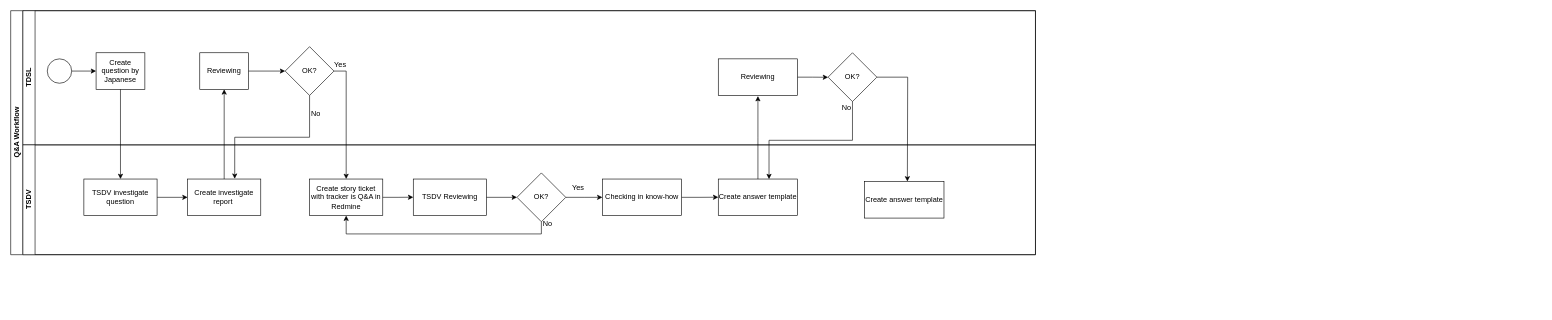
Above: Untitled Diagram.drawio in hueanmy/30-days-of-vue (draw.io), before the change. Source tidied: cells renumbered, new cells numbered last; positions are measured from the earlier drawing's top-left corner, leaving out a move shared by most shapes. Both pictures are drawn from the tidied source at 61%, with x=0, y=0 at pixel (10, 10).
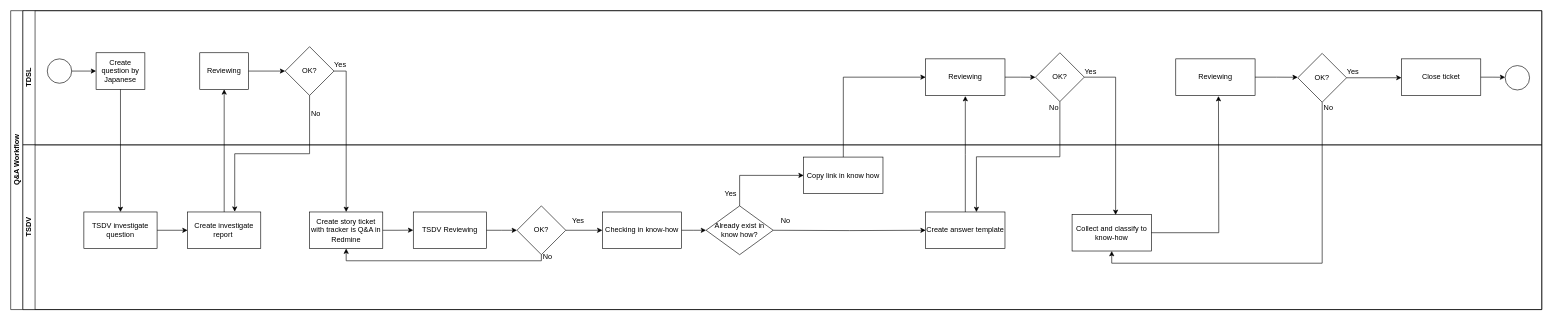
After the change.

What changed in the source:
```diff
@@
     <mxCell id="2" value="Q&amp;amp;A Workflow" style="swimlane;html=1;horizontal=0;startSize=20;" parent="1" vertex="1">
-      <mxGeometry width="1680" height="400" as="geometry" />
+      <mxGeometry width="2510" height="490" as="geometry" />
     </mxCell>
     <mxCell id="3" value="TDSL" style="swimlane;html=1;startSize=20;horizontal=0;" parent="2" vertex="1">
-      <mxGeometry x="20" width="1660" height="220" as="geometry" />
+      <mxGeometry x="20" width="2490" height="220" as="geometry" />
     </mxCell>
@@
     <mxCell id="11" value="Reviewing" style="rounded=0;whiteSpace=wrap;html=1;" parent="3" vertex="1">
-      <mxGeometry x="1140" y="79" width="130" height="60" as="geometry" />
+      <mxGeometry x="1480" y="79" width="130" height="60" as="geometry" />
     </mxCell>
     <mxCell id="12" value="OK?" style="rhombus;whiteSpace=wrap;html=1;" parent="3" vertex="1">
-      <mxGeometry x="1320" y="69" width="80" height="80" as="geometry" />
+      <mxGeometry x="1660" y="69" width="80" height="80" as="geometry" />
     </mxCell>
+    <mxCell id="40" value="Reviewing" style="rounded=0;whiteSpace=wrap;html=1;" parent="3" vertex="1">
+      <mxGeometry x="1890" y="79" width="130" height="60" as="geometry" />
+    </mxCell>
+    <mxCell id="41" value="OK?" style="rhombus;whiteSpace=wrap;html=1;" parent="3" vertex="1">
+      <mxGeometry x="2090" y="70" width="80" height="80" as="geometry" />
+    </mxCell>
+    <mxCell id="42" value="Close ticket" style="rounded=0;whiteSpace=wrap;html=1;" parent="3" vertex="1">
+      <mxGeometry x="2260" y="79" width="130" height="60" as="geometry" />
+    </mxCell>
+    <mxCell id="43" style="ellipse;whiteSpace=wrap;html=1;" parent="3" vertex="1">
+      <mxGeometry x="2430" y="90" width="40" height="40" as="geometry" />
+    </mxCell>
+    <mxCell id="30" style="edgeStyle=orthogonalEdgeStyle;rounded=0;jettySize=auto;html=1;exitX=0.5;exitY=1;exitDx=0;exitDy=0;entryX=0.64;entryY=0.002;entryDx=0;entryDy=0;entryPerimeter=0;" parent="2" edge="1" source="12" target="24">
+      <mxGeometry relative="1" as="geometry" />
+    </mxCell>
     <mxCell id="13" value="TSDV" style="swimlane;html=1;startSize=20;horizontal=0;" parent="2" vertex="1">
-      <mxGeometry x="20" y="220" width="1660" height="180" as="geometry" />
+      <mxGeometry x="20" y="220" width="2490" height="270" as="geometry" />
     </mxCell>
@@
     <mxCell id="15" value="TSDV investigate question" style="rounded=0;whiteSpace=wrap;html=1;" parent="13" vertex="1">
-      <mxGeometry x="100" y="56" width="120" height="60" as="geometry" />
+      <mxGeometry x="100" y="110" width="120" height="60" as="geometry" />
     </mxCell>
     <mxCell id="16" value="Create investigate report&amp;nbsp;" style="rounded=0;whiteSpace=wrap;html=1;" parent="13" vertex="1">
-      <mxGeometry x="270" y="56" width="120" height="60" as="geometry" />
+      <mxGeometry x="270" y="110" width="120" height="60" as="geometry" />
     </mxCell>
     <mxCell id="17" value="Create story ticket with tracker is Q&amp;amp;A in Redmine" style="rounded=0;whiteSpace=wrap;html=1;" parent="13" vertex="1">
-      <mxGeometry x="470" y="56" width="120" height="60" as="geometry" />
+      <mxGeometry x="470" y="110" width="120" height="60" as="geometry" />
     </mxCell>
     <mxCell id="18" value="TSDV Reviewing" style="rounded=0;whiteSpace=wrap;html=1;" parent="13" vertex="1">
-      <mxGeometry x="640" y="56" width="120" height="60" as="geometry" />
+      <mxGeometry x="640" y="110" width="120" height="60" as="geometry" />
     </mxCell>
-    <mxCell id="19" style="edgeStyle=orthogonalEdgeStyle;rounded=0;jettySize=auto;html=1;exitX=0.5;exitY=1;exitDx=0;exitDy=0;entryX=0.5;entryY=1;entryDx=0;entryDy=0;" parent="13" edge="1" source="20" target="17">
-      <mxGeometry relative="1" as="geometry" />
+    <mxCell id="19" style="edgeStyle=orthogonalEdgeStyle;rounded=0;jettySize=auto;html=1;exitX=0.5;exitY=1;exitDx=0;exitDy=0;entryX=0.5;entryY=1;entryDx=0;entryDy=0;" parent="13" edge="1" target="17">
+      <mxGeometry relative="1" as="geometry">
+        <mxPoint x="850" y="180" as="sourcePoint" />
+        <Array as="points">
+          <mxPoint x="850" y="190" />
+          <mxPoint x="530" y="190" />
+        </Array>
+      </mxGeometry>
     </mxCell>
     <mxCell id="20" value="OK?" style="rhombus;whiteSpace=wrap;html=1;" parent="13" vertex="1">
-      <mxGeometry x="810" y="46" width="80" height="80" as="geometry" />
+      <mxGeometry x="810" y="100" width="80" height="80" as="geometry" />
     </mxCell>
-    <mxCell id="21" style="edgeStyle=orthogonalEdgeStyle;rounded=0;jettySize=auto;html=1;exitX=1;exitY=0.5;exitDx=0;exitDy=0;" parent="13" edge="1" source="18" target="20">
-      <mxGeometry relative="1" as="geometry" />
+    <mxCell id="21" style="edgeStyle=orthogonalEdgeStyle;rounded=0;jettySize=auto;html=1;exitX=1;exitY=0.5;exitDx=0;exitDy=0;" parent="13" edge="1" source="18">
+      <mxGeometry relative="1" as="geometry">
+        <mxPoint x="810" y="140" as="targetPoint" />
+      </mxGeometry>
     </mxCell>
     <mxCell id="22" value="Yes" style="text;html=1;align=center;verticalAlign=middle;" parent="13" vertex="1">
-      <mxGeometry x="890" y="60" width="40" height="20" as="geometry" />
+      <mxGeometry x="890" y="114" width="40" height="20" as="geometry" />
     </mxCell>
     <mxCell id="23" value="Checking in know-how" style="rounded=0;whiteSpace=wrap;html=1;" parent="13" vertex="1">
-      <mxGeometry x="950" y="56" width="130" height="60" as="geometry" />
+      <mxGeometry x="950" y="110" width="130" height="60" as="geometry" />
     </mxCell>
     <mxCell id="24" value="Create answer template" style="rounded=0;whiteSpace=wrap;html=1;" parent="13" vertex="1">
-      <mxGeometry x="1140" y="56" width="130" height="60" as="geometry" />
+      <mxGeometry x="1480" y="110" width="130" height="60" as="geometry" />
     </mxCell>
-    <mxCell id="25" value="Create answer template" style="rounded=0;whiteSpace=wrap;html=1;" parent="13" vertex="1">
-      <mxGeometry x="1380" y="60" width="130" height="60" as="geometry" />
+    <mxCell id="25" value="Collect and classify to know-how" style="rounded=0;whiteSpace=wrap;html=1;" parent="13" vertex="1">
+      <mxGeometry x="1720" y="114" width="130" height="60" as="geometry" />
     </mxCell>
+    <mxCell id="44" style="edgeStyle=orthogonalEdgeStyle;rounded=0;jettySize=auto;html=1;exitX=0.5;exitY=0;exitDx=0;exitDy=0;entryX=0;entryY=0.5;entryDx=0;entryDy=0;" parent="13" edge="1" source="45" target="48">
+      <mxGeometry relative="1" as="geometry" />
+    </mxCell>
+    <mxCell id="45" value="Already exist in know how?" style="rhombus;whiteSpace=wrap;html=1;" parent="13" vertex="1">
+      <mxGeometry x="1120" y="100" width="110" height="80" as="geometry" />
+    </mxCell>
+    <mxCell id="46" value="No" style="text;html=1;align=center;verticalAlign=middle;" parent="13" vertex="1">
+      <mxGeometry x="1235" y="114" width="30" height="20" as="geometry" />
+    </mxCell>
+    <mxCell id="47" style="edgeStyle=orthogonalEdgeStyle;rounded=0;jettySize=auto;html=1;exitX=1;exitY=0.5;exitDx=0;exitDy=0;entryX=0;entryY=0.5;entryDx=0;entryDy=0;" parent="13" edge="1" target="24">
+      <mxGeometry relative="1" as="geometry">
+        <mxPoint x="1230" y="140" as="sourcePoint" />
+      </mxGeometry>
+    </mxCell>
+    <mxCell id="48" value="Copy link in know how" style="rounded=0;whiteSpace=wrap;html=1;" parent="13" vertex="1">
+      <mxGeometry x="1280" y="20" width="130" height="60" as="geometry" />
+    </mxCell>
+    <mxCell id="49" value="Yes" style="text;html=1;align=center;verticalAlign=middle;" parent="13" vertex="1">
+      <mxGeometry x="1140" y="70" width="40" height="20" as="geometry" />
+    </mxCell>
@@
-    <mxCell id="30" style="edgeStyle=orthogonalEdgeStyle;rounded=0;jettySize=auto;html=1;exitX=0.5;exitY=1;exitDx=0;exitDy=0;entryX=0.64;entryY=0.002;entryDx=0;entryDy=0;entryPerimeter=0;" parent="2" edge="1" source="12" target="24">
-      <mxGeometry relative="1" as="geometry" />
-    </mxCell>
+    <mxCell id="50" style="edgeStyle=orthogonalEdgeStyle;rounded=0;jettySize=auto;html=1;exitX=0.5;exitY=0;exitDx=0;exitDy=0;entryX=0;entryY=0.5;entryDx=0;entryDy=0;" parent="2" edge="1" source="48" target="11">
+      <mxGeometry relative="1" as="geometry" />
+    </mxCell>
+    <mxCell id="38" style="edgeStyle=orthogonalEdgeStyle;rounded=0;jettySize=auto;html=1;exitX=1;exitY=0.5;exitDx=0;exitDy=0;entryX=0.549;entryY=0.013;entryDx=0;entryDy=0;entryPerimeter=0;" parent="2" edge="1" source="12" target="25">
+      <mxGeometry relative="1" as="geometry" />
+    </mxCell>
+    <mxCell id="51" style="edgeStyle=orthogonalEdgeStyle;rounded=0;jettySize=auto;html=1;exitX=0.5;exitY=1;exitDx=0;exitDy=0;entryX=0.5;entryY=1;entryDx=0;entryDy=0;" parent="2" edge="1" source="41" target="25">
+      <mxGeometry relative="1" as="geometry" />
+    </mxCell>
@@
     <mxCell id="32" style="edgeStyle=orthogonalEdgeStyle;rounded=0;jettySize=auto;html=1;exitX=1;exitY=0.5;exitDx=0;exitDy=0;" parent="1" edge="1" source="17">
       <mxGeometry relative="1" as="geometry">
-        <mxPoint x="660" y="305.8" as="targetPoint" />
+        <mxPoint x="660" y="359.8" as="targetPoint" />
       </mxGeometry>
     </mxCell>
-    <mxCell id="33" style="edgeStyle=orthogonalEdgeStyle;rounded=0;jettySize=auto;html=1;exitX=1;exitY=0.5;exitDx=0;exitDy=0;" parent="1" edge="1" source="20">
+    <mxCell id="33" style="edgeStyle=orthogonalEdgeStyle;rounded=0;orthogonalLoop=1;jettySize=auto;html=1;exitX=1;exitY=0.5;exitDx=0;exitDy=0;" parent="1" edge="1">
       <mxGeometry relative="1" as="geometry">
-        <mxPoint x="970" y="306" as="targetPoint" />
+        <mxPoint x="910" y="360" as="sourcePoint" />
+        <mxPoint x="970" y="360" as="targetPoint" />
       </mxGeometry>
     </mxCell>
     <mxCell id="34" value="No" style="text;html=1;align=center;verticalAlign=middle;" parent="1" vertex="1">
-      <mxGeometry x="865" y="340" width="30" height="20" as="geometry" />
+      <mxGeometry x="865" y="394" width="30" height="20" as="geometry" />
     </mxCell>
     <mxCell id="35" style="edgeStyle=orthogonalEdgeStyle;rounded=0;jettySize=auto;html=1;exitX=1;exitY=0.5;exitDx=0;exitDy=0;" parent="1" edge="1" source="23">
       <mxGeometry relative="1" as="geometry">
-        <mxPoint x="1160" y="305.8" as="targetPoint" />
+        <mxPoint x="1140" y="360" as="targetPoint" />
       </mxGeometry>
     </mxCell>
     <mxCell id="36" style="edgeStyle=orthogonalEdgeStyle;rounded=0;jettySize=auto;html=1;exitX=0.5;exitY=0;exitDx=0;exitDy=0;" parent="1" edge="1" source="24">
       <mxGeometry relative="1" as="geometry">
-        <mxPoint x="1225" y="140" as="targetPoint" />
+        <mxPoint x="1565" y="140" as="targetPoint" />
       </mxGeometry>
     </mxCell>
     <mxCell id="37" style="edgeStyle=orthogonalEdgeStyle;rounded=0;jettySize=auto;html=1;exitX=1;exitY=0.5;exitDx=0;exitDy=0;" parent="1" edge="1" source="11">
       <mxGeometry relative="1" as="geometry">
-        <mxPoint x="1340" y="109.2" as="targetPoint" />
+        <mxPoint x="1680" y="109.2" as="targetPoint" />
       </mxGeometry>
     </mxCell>
-    <mxCell id="38" style="edgeStyle=orthogonalEdgeStyle;rounded=0;jettySize=auto;html=1;exitX=1;exitY=0.5;exitDx=0;exitDy=0;" parent="1" edge="1" source="12">
-      <mxGeometry relative="1" as="geometry">
-        <mxPoint x="1470" y="280" as="targetPoint" />
-      </mxGeometry>
-    </mxCell>
     <mxCell id="39" value="No" style="text;html=1;align=center;verticalAlign=middle;" parent="1" vertex="1">
-      <mxGeometry x="1355" y="150" width="30" height="20" as="geometry" />
+      <mxGeometry x="1695" y="150" width="30" height="20" as="geometry" />
     </mxCell>
+    <mxCell id="52" style="edgeStyle=orthogonalEdgeStyle;rounded=0;jettySize=auto;html=1;exitX=1;exitY=0.5;exitDx=0;exitDy=0;" parent="1" edge="1" source="25">
+      <mxGeometry relative="1" as="geometry">
+        <mxPoint x="1980" y="140" as="targetPoint" />
+      </mxGeometry>
+    </mxCell>
+    <mxCell id="53" style="edgeStyle=orthogonalEdgeStyle;rounded=0;jettySize=auto;html=1;exitX=1;exitY=0.5;exitDx=0;exitDy=0;" parent="1" edge="1" source="40">
+      <mxGeometry relative="1" as="geometry">
+        <mxPoint x="2110" y="109.2" as="targetPoint" />
+      </mxGeometry>
+    </mxCell>
+    <mxCell id="54" value="Yes" style="text;html=1;align=center;verticalAlign=middle;" parent="1" vertex="1">
+      <mxGeometry x="1750" y="90" width="40" height="20" as="geometry" />
+    </mxCell>
+    <mxCell id="55" style="edgeStyle=orthogonalEdgeStyle;rounded=0;jettySize=auto;html=1;exitX=1;exitY=0.5;exitDx=0;exitDy=0;" parent="1" edge="1" source="41">
+      <mxGeometry relative="1" as="geometry">
+        <mxPoint x="2280" y="109.9" as="targetPoint" />
+      </mxGeometry>
+    </mxCell>
+    <mxCell id="56" value="Yes" style="text;html=1;align=center;verticalAlign=middle;" parent="1" vertex="1">
+      <mxGeometry x="2180" y="90" width="40" height="20" as="geometry" />
+    </mxCell>
+    <mxCell id="57" value="No" style="text;html=1;align=center;verticalAlign=middle;" parent="1" vertex="1">
+      <mxGeometry x="2145" y="150" width="30" height="20" as="geometry" />
+    </mxCell>
+    <mxCell id="58" style="edgeStyle=orthogonalEdgeStyle;rounded=0;jettySize=auto;html=1;exitX=1;exitY=0.5;exitDx=0;exitDy=0;" parent="1" edge="1" source="42">
+      <mxGeometry relative="1" as="geometry">
+        <mxPoint x="2450" y="109.2" as="targetPoint" />
+      </mxGeometry>
+    </mxCell>
```
